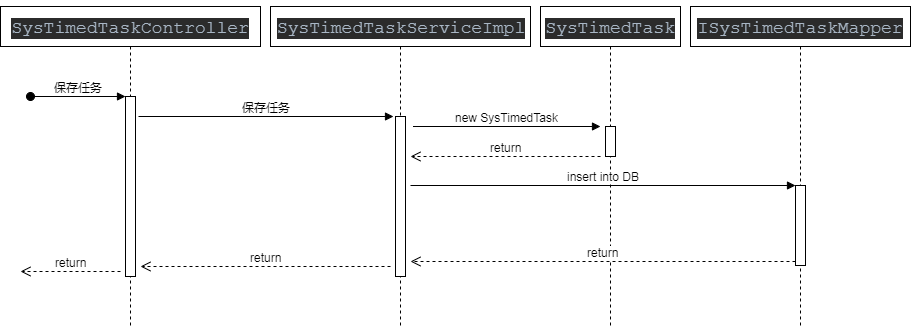
Above: quartz.png in xiaolixi/xiaolixi.github.io (draw.io), before the change. Source tidied: cells renumbered, new cells last; positions are measured from the earlier drawing's top-left corner, leaving out a move shared by most shapes.
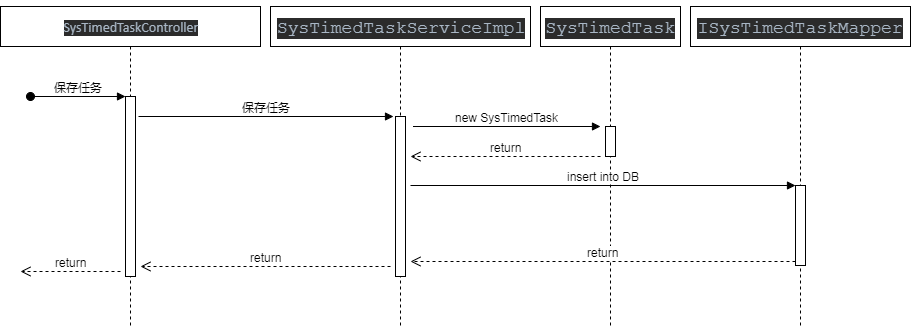
Above is the later version.

What changed in the source:
```diff
@@ -2,7 +2,7 @@
   <root>
     <mxCell id="0" />
     <mxCell id="1" parent="0" />
-    <mxCell id="2" value="&lt;pre style=&quot;background-color: #2b2b2b ; color: #a9b7c6 ; font-family: &amp;#34;courier new&amp;#34; ; font-size: 13.5pt&quot;&gt;SysTimedTaskController&lt;/pre&gt;" style="shape=umlLifeline;perimeter=lifelinePerimeter;whiteSpace=wrap;html=1;" parent="1" vertex="1">
+    <mxCell id="2" value="&lt;pre style=&quot;background-color: #2b2b2b ; color: #a9b7c6 ; font-family: &amp;#34;courier new&amp;#34; ; font-size: 13.5pt&quot;&gt;&lt;pre style=&quot;font-family: &amp;#34;courier new&amp;#34; ; font-size: 13.5pt&quot;&gt;&lt;p style=&quot;margin: 0in ; font-family: &amp;#34;calibri&amp;#34; ; font-size: 10.5pt&quot;&gt;SysTimedTaskController&lt;/p&gt;&lt;/pre&gt;&lt;/pre&gt;" style="shape=umlLifeline;perimeter=lifelinePerimeter;whiteSpace=wrap;html=1;" parent="1" vertex="1">
       <mxGeometry width="260" height="320" as="geometry" />
     </mxCell>
     <mxCell id="3" style="html=1;points=[];perimeter=orthogonalPerimeter;" parent="2" vertex="1">
@@ -19,7 +19,7 @@
         <mxPoint x="20" y="265" as="targetPoint" />
       </mxGeometry>
     </mxCell>
-    <mxCell id="6" value="&lt;pre style=&quot;background-color: #2b2b2b ; color: #a9b7c6 ; font-family: &amp;#34;courier new&amp;#34; ; font-size: 13.5pt&quot;&gt;&lt;pre style=&quot;font-family: &amp;#34;courier new&amp;#34; ; font-size: 13.5pt&quot;&gt;SysTimedTaskServiceImpl&lt;/pre&gt;&lt;/pre&gt;" style="shape=umlLifeline;perimeter=lifelinePerimeter;whiteSpace=wrap;html=1;" parent="1" vertex="1">
+    <mxCell id="6" value="&lt;pre style=&quot;background-color: rgb(43 , 43 , 43)&quot;&gt;&lt;pre&gt;&lt;font color=&quot;#a9b7c6&quot; face=&quot;courier new&quot;&gt;&lt;span style=&quot;font-size: 18px&quot;&gt;SysTimedTaskServiceImpl&lt;/span&gt;&lt;span style=&quot;font-size: 13.5pt&quot;&gt;&lt;br&gt;&lt;/span&gt;&lt;/font&gt;&lt;/pre&gt;&lt;/pre&gt;" style="shape=umlLifeline;perimeter=lifelinePerimeter;whiteSpace=wrap;html=1;" parent="1" vertex="1">
       <mxGeometry x="270" width="260" height="320" as="geometry" />
     </mxCell>
     <mxCell id="7" style="html=1;perimeter=orthogonalPerimeter;" parent="6" vertex="1">
@@ -55,7 +55,7 @@
         <mxPoint x="600" y="120" as="targetPoint" />
       </mxGeometry>
     </mxCell>
-    <mxCell id="14" value="&lt;pre style=&quot;background-color: #2b2b2b ; color: #a9b7c6 ; font-family: &amp;#34;courier new&amp;#34; ; font-size: 13.5pt&quot;&gt;ISysTimedTaskMapper&lt;/pre&gt;" style="shape=umlLifeline;perimeter=lifelinePerimeter;whiteSpace=wrap;html=1;" parent="1" vertex="1">
+    <mxCell id="14" value="&lt;pre style=&quot;background-color: rgb(43 , 43 , 43)&quot;&gt;&lt;pre&gt;&lt;font color=&quot;#a9b7c6&quot; face=&quot;courier new&quot;&gt;&lt;span style=&quot;font-size: 18px&quot;&gt;ISysTimedTaskMapper&lt;/span&gt;&lt;/font&gt;&lt;/pre&gt;&lt;/pre&gt;" style="shape=umlLifeline;perimeter=lifelinePerimeter;whiteSpace=wrap;html=1;" parent="1" vertex="1">
       <mxGeometry x="690" width="220" height="320" as="geometry" />
     </mxCell>
     <mxCell id="15" style="html=1;points=[];perimeter=orthogonalPerimeter;" parent="14" vertex="1">
```
